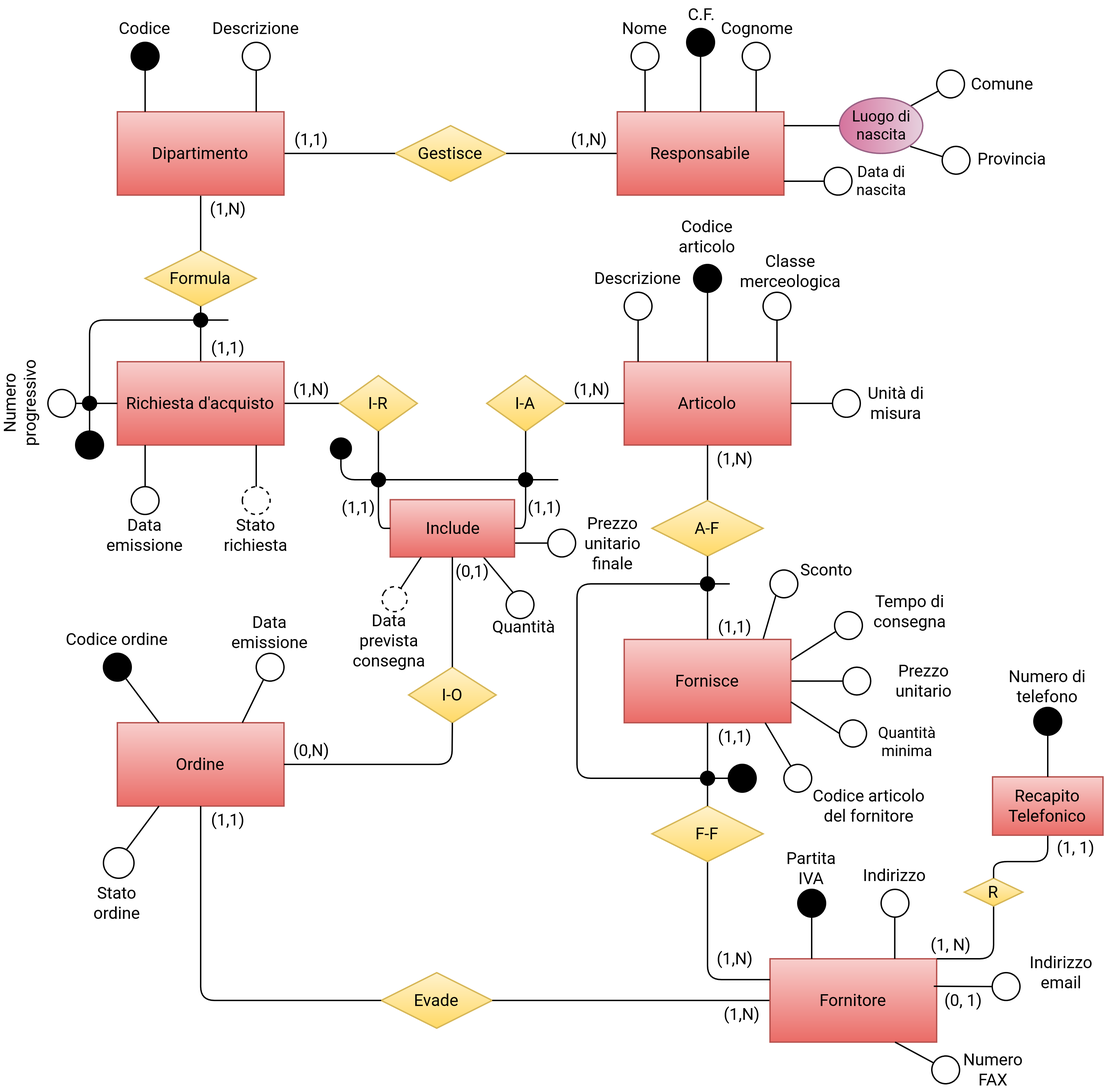
This is ER_final.png from FraBomba6/Progetto_BdD, a draw.io export, as it was before one commit. Source tidied: cells renumbered, new cells last; positions are measured from the earlier drawing's top-left corner, leaving out a move shared by most shapes.
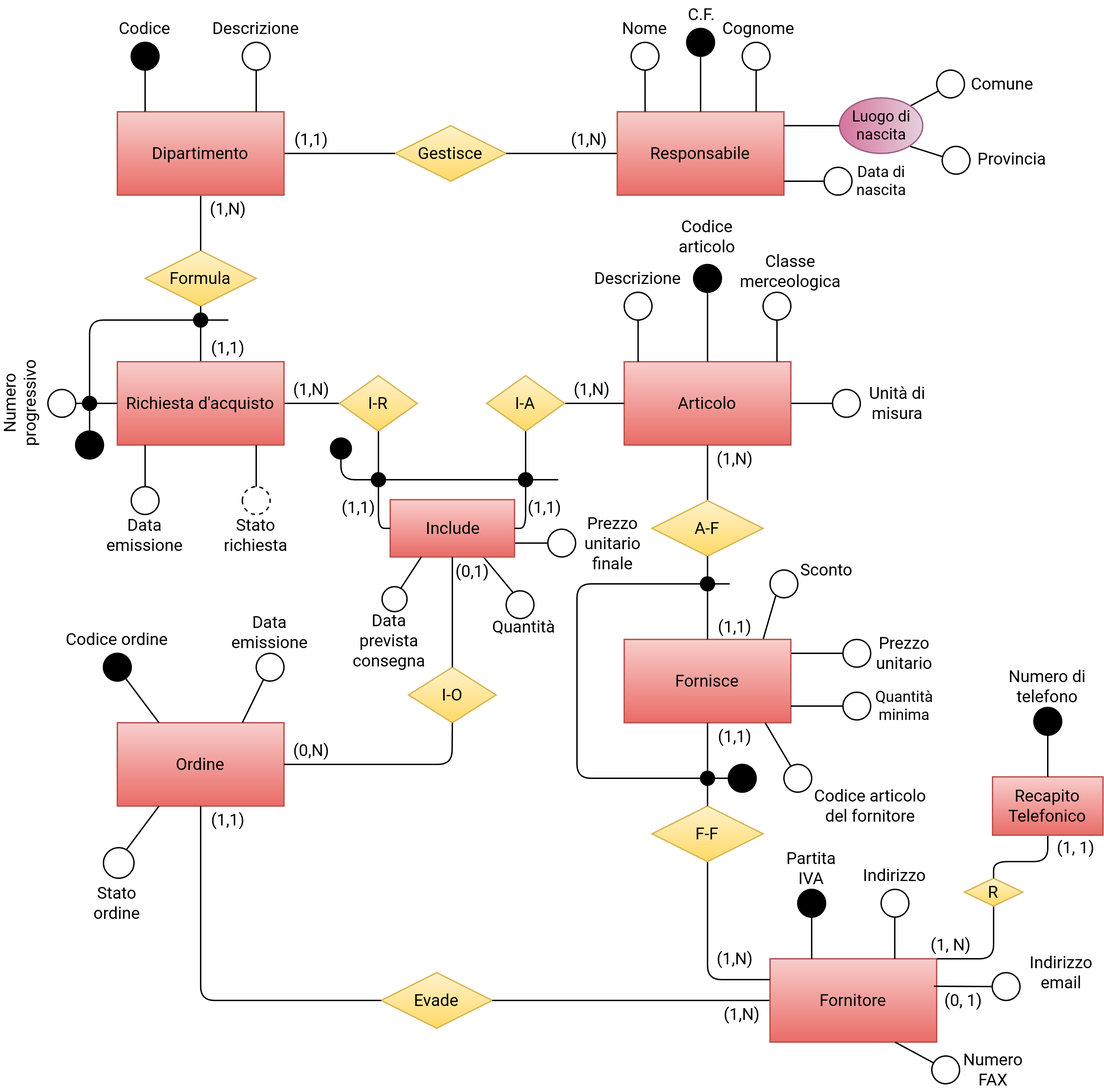
The same diagram one commit later.

The edit, as a diff of the source:
```diff
@@ -206,9 +206,6 @@
     <mxCell id="65" value="&lt;div&gt;Descrizione&lt;/div&gt;" style="text;html=1;strokeColor=none;fillColor=none;align=center;verticalAlign=middle;whiteSpace=wrap;rounded=0;fontFamily=Roboto;fontSource=https%3A%2F%2Ffonts.googleapis.com%2Fcss%3Ffamily%3DRoboto;" parent="62" vertex="1">
       <mxGeometry width="40" height="20" as="geometry" />
     </mxCell>
-    <mxCell id="66" style="ellipse;fontFamily=Roboto;fontSource=https%3A%2F%2Ffonts.googleapis.com%2Fcss%3Ffamily%3DRoboto;rotation=-180;" parent="1" vertex="1">
-      <mxGeometry x="610" y="518" width="19.5" height="19.5" as="geometry" />
-    </mxCell>
     <mxCell id="67" value="Sconto" style="text;html=1;strokeColor=none;fillColor=none;align=center;verticalAlign=middle;whiteSpace=wrap;rounded=0;fontFamily=Roboto;fontSource=https%3A%2F%2Ffonts.googleapis.com%2Fcss%3Ffamily%3DRoboto;rotation=0;" parent="1" vertex="1">
       <mxGeometry x="581" y="400" width="40" height="20" as="geometry" />
     </mxCell>
@@ -243,16 +240,18 @@
       <mxGeometry x="595" y="290" as="geometry" />
     </mxCell>
     <mxCell id="78" value="&lt;div style=&quot;font-size: 11px&quot;&gt;&lt;font style=&quot;font-size: 11px&quot;&gt;Quantità&lt;/font&gt;&lt;/div&gt;&lt;div style=&quot;font-size: 11px&quot;&gt;&lt;font style=&quot;font-size: 11px&quot;&gt;minima&lt;br&gt;&lt;/font&gt;&lt;/div&gt;" style="text;html=1;strokeColor=none;fillColor=none;align=center;verticalAlign=middle;whiteSpace=wrap;rounded=0;fontFamily=Roboto;fontSource=https%3A%2F%2Ffonts.googleapis.com%2Fcss%3Ffamily%3DRoboto;rotation=0;" parent="1" vertex="1">
-      <mxGeometry x="639" y="518" width="40" height="32" as="geometry" />
+      <mxGeometry x="636.5" y="492" width="40" height="32" as="geometry" />
     </mxCell>
-    <mxCell id="79" style="endArrow=none;html=1;fontFamily=Roboto;fontSource=https%3A%2F%2Ffonts.googleapis.com%2Fcss%3Ffamily%3DRoboto;entryX=1;entryY=1;entryDx=0;entryDy=0;exitX=1;exitY=0.5;exitDx=0;exitDy=0;" parent="1" edge="1" source="132" target="80">
-      <mxGeometry x="357.5" y="509.8" as="geometry" />
+    <mxCell id="79" style="endArrow=none;html=1;fontFamily=Roboto;fontSource=https%3A%2F%2Ffonts.googleapis.com%2Fcss%3Ffamily%3DRoboto;entryX=1;entryY=1;entryDx=0;entryDy=0;exitX=1;exitY=0.5;exitDx=0;exitDy=0;" parent="1" edge="1" target="80">
+      <mxGeometry x="357.5" y="489.8" as="geometry">
+        <mxPoint x="575" y="470" as="sourcePoint" />
+      </mxGeometry>
     </mxCell>
     <mxCell id="80" style="ellipse;fontFamily=Roboto;fontSource=https%3A%2F%2Ffonts.googleapis.com%2Fcss%3Ffamily%3DRoboto;rotation=-225;" parent="1" vertex="1">
-      <mxGeometry x="612.5" y="480" width="20" height="20" as="geometry" />
+      <mxGeometry x="612.5" y="460" width="20" height="20" as="geometry" />
     </mxCell>
     <mxCell id="81" value="Prezzo unitario" style="text;html=1;strokeColor=none;fillColor=none;align=center;verticalAlign=middle;whiteSpace=wrap;rounded=0;fontFamily=Roboto;fontSource=https%3A%2F%2Ffonts.googleapis.com%2Fcss%3Ffamily%3DRoboto;rotation=0;" parent="1" vertex="1">
-      <mxGeometry x="651.5" y="480" width="40" height="20" as="geometry" />
+      <mxGeometry x="636.5" y="460" width="40" height="20" as="geometry" />
     </mxCell>
     <mxCell id="82" style="group;fontFamily=Roboto;fontSource=https%3A%2F%2Ffonts.googleapis.com%2Fcss%3Ffamily%3DRoboto;rotation=-10;" parent="1" vertex="1">
       <mxGeometry x="560" y="410" width="20" height="20" as="geometry" />
@@ -260,12 +259,6 @@
     <mxCell id="83" style="ellipse;whiteSpace=wrap;html=1;fontFamily=Roboto;fontSource=https%3A%2F%2Ffonts.googleapis.com%2Fcss%3Ffamily%3DRoboto;rotation=-10;" parent="82" vertex="1">
       <mxGeometry width="20" height="20" as="geometry" />
     </mxCell>
-    <mxCell id="84" style="endArrow=none;html=1;fontFamily=Roboto;fontSource=https%3A%2F%2Ffonts.googleapis.com%2Fcss%3Ffamily%3DRoboto;exitX=1;exitY=0.25;exitDx=0;exitDy=0;entryX=0;entryY=0.5;entryDx=0;entryDy=0;" parent="1" edge="1" source="132" target="125">
-      <mxGeometry x="301" y="416" as="geometry" />
-    </mxCell>
-    <mxCell id="85" value="Tempo di consegna" style="text;html=1;strokeColor=none;fillColor=none;align=center;verticalAlign=middle;whiteSpace=wrap;rounded=0;fontFamily=Roboto;fontSource=https%3A%2F%2Ffonts.googleapis.com%2Fcss%3Ffamily%3DRoboto;rotation=0;" parent="1" vertex="1">
-      <mxGeometry x="641.5" y="430" width="40" height="20" as="geometry" />
-    </mxCell>
     <mxCell id="86" value="&lt;div&gt;Fornitore&lt;/div&gt;" style="rounded=0;whiteSpace=wrap;html=1;fontFamily=Roboto;fontSource=https%3A%2F%2Ffonts.googleapis.com%2Fcss%3Ffamily%3DRoboto;fillColor=#f8cecc;strokeColor=#b85450;gradientColor=#ea6b66;" parent="1" vertex="1">
       <mxGeometry x="560" y="690" width="120" height="60" as="geometry" />
     </mxCell>
@@ -416,12 +409,6 @@
         <mxPoint x="555" y="460" as="sourcePoint" />
       </mxGeometry>
     </mxCell>
-    <mxCell id="124" style="group;fontFamily=Roboto;fontSource=https%3A%2F%2Ffonts.googleapis.com%2Fcss%3Ffamily%3DRoboto;rotation=-25;" parent="1" vertex="1">
-      <mxGeometry x="606.5" y="440" width="20" height="20" as="geometry" />
-    </mxCell>
-    <mxCell id="125" style="ellipse;whiteSpace=wrap;html=1;fontFamily=Roboto;fontSource=https%3A%2F%2Ffonts.googleapis.com%2Fcss%3Ffamily%3DRoboto;rotation=-25;" parent="124" vertex="1">
-      <mxGeometry width="20" height="20" as="geometry" />
-    </mxCell>
     <mxCell id="126" style="ellipse;fontFamily=Roboto;fontSource=https%3A%2F%2Ffonts.googleapis.com%2Fcss%3Ffamily%3DRoboto;rotation=-75;" parent="1" vertex="1">
       <mxGeometry x="570" y="550" width="20" height="20" as="geometry" />
     </mxCell>
@@ -477,14 +464,9 @@
     <mxCell id="142" style="endArrow=none;html=1;entryX=0.25;entryY=1;entryDx=0;entryDy=0;exitX=0.5;exitY=1;exitDx=0;exitDy=0;fontFamily=Roboto;fontSource=https%3A%2F%2Ffonts.googleapis.com%2Fcss%3Ffamily%3DRoboto;" parent="1" edge="1" source="143" target="139">
       <mxGeometry relative="1" as="geometry" />
     </mxCell>
-    <mxCell id="143" style="ellipse;whiteSpace=wrap;html=1;fontFamily=Roboto;fontSource=https%3A%2F%2Ffonts.googleapis.com%2Fcss%3Ffamily%3DRoboto;rotation=-150;dashed=1;" parent="1" vertex="1">
+    <mxCell id="143" style="ellipse;whiteSpace=wrap;html=1;fontFamily=Roboto;fontSource=https%3A%2F%2Ffonts.googleapis.com%2Fcss%3Ffamily%3DRoboto;rotation=-150;" parent="1" vertex="1">
       <mxGeometry x="280.6" y="422" width="18" height="18" as="geometry" />
     </mxCell>
-    <mxCell id="144" style="endArrow=none;html=1;fontFamily=Roboto;fontSource=https%3A%2F%2Ffonts.googleapis.com%2Fcss%3Ffamily%3DRoboto;entryX=1;entryY=0.5;entryDx=0;entryDy=0;" parent="1" edge="1" target="66">
-      <mxGeometry x="367.5" y="519.8" as="geometry">
-        <mxPoint x="575" y="505" as="sourcePoint" />
-      </mxGeometry>
-    </mxCell>
     <mxCell id="145" style="endArrow=none;html=1;fontFamily=Roboto;fontSource=https%3A%2F%2Ffonts.googleapis.com%2Fcss%3Ffamily%3DRoboto;entryX=1;entryY=0;entryDx=0;entryDy=0;exitX=0.75;exitY=1;exitDx=0;exitDy=0;" parent="1" edge="1" target="126">
       <mxGeometry x="359" y="522.8" as="geometry">
         <mxPoint x="556.5" y="520" as="sourcePoint" />
@@ -636,5 +618,13 @@
     <mxCell id="183" value="&lt;div&gt;Prezzo unitario finale&lt;br&gt;&lt;/div&gt;" style="text;html=1;strokeColor=none;fillColor=none;align=center;verticalAlign=middle;whiteSpace=wrap;rounded=0;fontFamily=Roboto;fontSource=https%3A%2F%2Ffonts.googleapis.com%2Fcss%3Ffamily%3DRoboto;rotation=0;" parent="1" vertex="1">
       <mxGeometry x="421.5" y="380.6" width="50" height="20" as="geometry" />
     </mxCell>
+    <mxCell id="184" style="endArrow=none;html=1;fontFamily=Roboto;fontSource=https%3A%2F%2Ffonts.googleapis.com%2Fcss%3Ffamily%3DRoboto;entryX=1;entryY=1;entryDx=0;entryDy=0;exitX=1;exitY=0.5;exitDx=0;exitDy=0;" parent="1" edge="1" target="185">
+      <mxGeometry x="357.5" y="527.8" as="geometry">
+        <mxPoint x="575" y="508" as="sourcePoint" />
+      </mxGeometry>
+    </mxCell>
+    <mxCell id="185" style="ellipse;fontFamily=Roboto;fontSource=https%3A%2F%2Ffonts.googleapis.com%2Fcss%3Ffamily%3DRoboto;rotation=-225;" parent="1" vertex="1">
+      <mxGeometry x="612.5" y="498" width="20" height="20" as="geometry" />
+    </mxCell>
   </root>
 </mxGraphModel>
```
